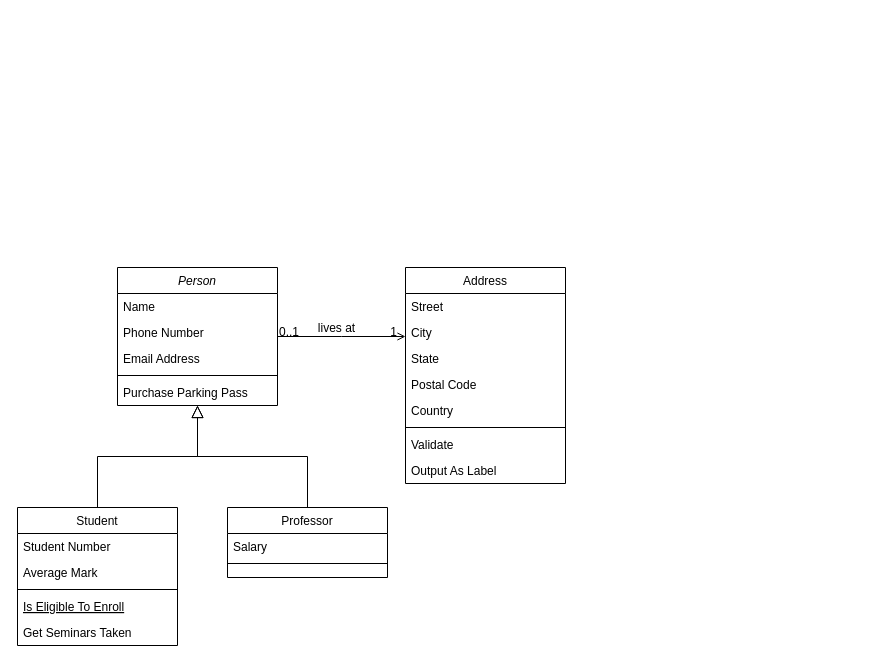
Above: Diagramme sans nom.drawio in 402rayan/creer_perso (draw.io), before the change. Source tidied: cells renumbered, new cells numbered last; positions are measured from the earlier drawing's top-left corner, leaving out a move shared by most shapes. Both pictures are drawn from the tidied source at 100%, with x=0, y=0 at pixel (17, 267).
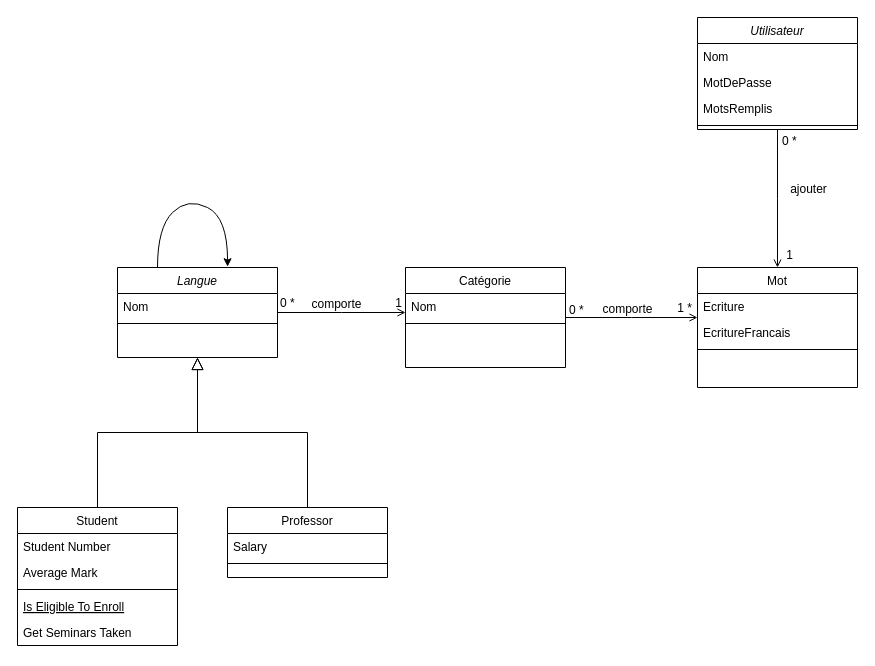
Above is the later version.

Commit message (it also covers changes not shown here):
Mettre à jour Diagramme sans nom.drawio

Unchanged cells that the change refers to:
```xml
<mxCell id="28" style="endArrow=open;shadow=0;strokeWidth=1;rounded=0;endFill=1;edgeStyle=elbowEdgeStyle;elbow=vertical;" parent="1" edge="1" source="2" target="19">
  <mxGeometry x="0.5" y="41" relative="1" as="geometry">
    <mxPoint x="-40" y="32" as="offset" />
  </mxGeometry>
</mxCell>
```

Change to the diagram source:
```diff
@@
-    <mxCell id="2" value="Person" style="swimlane;fontStyle=2;align=center;verticalAlign=top;horizontal=1;startSize=26;rounded=0;shadow=0;strokeWidth=1;" parent="1" vertex="1">
-      <mxGeometry x="100" width="160" height="138" as="geometry" />
+    <mxCell id="2" value="Langue" style="swimlane;fontStyle=2;align=center;verticalAlign=top;horizontal=1;startSize=26;rounded=0;shadow=0;strokeWidth=1;" parent="1" vertex="1">
+      <mxGeometry x="100" width="160" height="90" as="geometry" />
     </mxCell>
-    <mxCell id="3" value="Name" style="text;align=left;verticalAlign=top;spacingLeft=4;spacingRight=4;overflow=hidden;" parent="2" vertex="1">
+    <mxCell id="3" value="Nom" style="text;align=left;verticalAlign=top;spacingLeft=4;spacingRight=4;overflow=hidden;" parent="2" vertex="1">
       <mxGeometry y="26" width="160" height="26" as="geometry" />
     </mxCell>
-    <mxCell id="4" value="Phone Number" style="text;align=left;verticalAlign=top;spacingLeft=4;spacingRight=4;overflow=hidden;rounded=0;shadow=0;html=0;" parent="2" vertex="1">
-      <mxGeometry y="52" width="160" height="26" as="geometry" />
-    </mxCell>
-    <mxCell id="5" value="Email Address" style="text;align=left;verticalAlign=top;spacingLeft=4;spacingRight=4;overflow=hidden;rounded=0;shadow=0;html=0;" parent="2" vertex="1">
-      <mxGeometry y="78" width="160" height="26" as="geometry" />
-    </mxCell>
     <mxCell id="6" style="line;html=1;strokeWidth=1;align=left;verticalAlign=middle;spacingTop=-1;spacingLeft=3;spacingRight=3;labelPosition=right;" parent="2" vertex="1">
-      <mxGeometry y="104" width="160" height="8" as="geometry" />
+      <mxGeometry y="52" width="160" height="8" as="geometry" />
     </mxCell>
-    <mxCell id="7" value="Purchase Parking Pass" style="text;align=left;verticalAlign=top;spacingLeft=4;spacingRight=4;overflow=hidden;" parent="2" vertex="1">
-      <mxGeometry y="112" width="160" height="26" as="geometry" />
-    </mxCell>
@@
-    <mxCell id="19" value="Address" style="swimlane;fontStyle=0;align=center;verticalAlign=top;horizontal=1;startSize=26;rounded=0;shadow=0;strokeWidth=1;" parent="1" vertex="1">
-      <mxGeometry x="388" width="160" height="216" as="geometry" />
+    <mxCell id="19" value="Catégorie" style="swimlane;fontStyle=0;align=center;verticalAlign=top;horizontal=1;startSize=26;rounded=0;shadow=0;strokeWidth=1;" parent="1" vertex="1">
+      <mxGeometry x="388" width="160" height="100" as="geometry" />
     </mxCell>
-    <mxCell id="20" value="Street" style="text;align=left;verticalAlign=top;spacingLeft=4;spacingRight=4;overflow=hidden;" parent="19" vertex="1">
+    <mxCell id="20" value="Nom" style="text;align=left;verticalAlign=top;spacingLeft=4;spacingRight=4;overflow=hidden;" parent="19" vertex="1">
       <mxGeometry y="26" width="160" height="26" as="geometry" />
     </mxCell>
-    <mxCell id="21" value="City" style="text;align=left;verticalAlign=top;spacingLeft=4;spacingRight=4;overflow=hidden;rounded=0;shadow=0;html=0;" parent="19" vertex="1">
-      <mxGeometry y="52" width="160" height="26" as="geometry" />
-    </mxCell>
-    <mxCell id="22" value="State" style="text;align=left;verticalAlign=top;spacingLeft=4;spacingRight=4;overflow=hidden;rounded=0;shadow=0;html=0;" parent="19" vertex="1">
-      <mxGeometry y="78" width="160" height="26" as="geometry" />
-    </mxCell>
-    <mxCell id="23" value="Postal Code" style="text;align=left;verticalAlign=top;spacingLeft=4;spacingRight=4;overflow=hidden;rounded=0;shadow=0;html=0;" parent="19" vertex="1">
-      <mxGeometry y="104" width="160" height="26" as="geometry" />
-    </mxCell>
-    <mxCell id="24" value="Country" style="text;align=left;verticalAlign=top;spacingLeft=4;spacingRight=4;overflow=hidden;rounded=0;shadow=0;html=0;" parent="19" vertex="1">
-      <mxGeometry y="130" width="160" height="26" as="geometry" />
-    </mxCell>
     <mxCell id="25" style="line;html=1;strokeWidth=1;align=left;verticalAlign=middle;spacingTop=-1;spacingLeft=3;spacingRight=3;labelPosition=right;" parent="19" vertex="1">
-      <mxGeometry y="156" width="160" height="8" as="geometry" />
+      <mxGeometry y="52" width="160" height="8" as="geometry" />
     </mxCell>
-    <mxCell id="26" value="Validate" style="text;align=left;verticalAlign=top;spacingLeft=4;spacingRight=4;overflow=hidden;" parent="19" vertex="1">
-      <mxGeometry y="164" width="160" height="26" as="geometry" />
-    </mxCell>
-    <mxCell id="27" value="Output As Label" style="text;align=left;verticalAlign=top;spacingLeft=4;spacingRight=4;overflow=hidden;" parent="19" vertex="1">
-      <mxGeometry y="190" width="160" height="26" as="geometry" />
-    </mxCell>
@@
-    <mxCell id="29" value="0..1" style="align=left;verticalAlign=bottom;labelBackgroundColor=none;fontSize=12;" parent="28" vertex="1">
+    <mxCell id="29" value="0 *" style="align=left;verticalAlign=bottom;labelBackgroundColor=none;fontSize=12;" parent="28" vertex="1">
       <mxGeometry x="-1" relative="1" as="geometry">
-        <mxPoint y="4" as="offset" />
+        <mxPoint x="1" y="-1" as="offset" />
       </mxGeometry>
     </mxCell>
     <mxCell id="30" value="1" style="align=right;verticalAlign=bottom;labelBackgroundColor=none;fontSize=12;" parent="28" vertex="1">
       <mxGeometry x="1" relative="1" as="geometry">
-        <mxPoint x="-7" y="4" as="offset" />
+        <mxPoint x="-2" y="-1" as="offset" />
       </mxGeometry>
     </mxCell>
-    <mxCell id="31" value="lives at" style="text;html=1;align=center;verticalAlign=middle;labelBackgroundColor=none;rounded=0;shadow=0;strokeWidth=1;fontSize=12;" parent="28" vertex="1">
+    <mxCell id="31" value="comporte" style="text;html=1;align=center;verticalAlign=middle;labelBackgroundColor=none;rounded=0;shadow=0;strokeWidth=1;fontSize=12;" parent="28" vertex="1">
       <mxGeometry x="0.5" y="49" relative="1" as="geometry">
         <mxPoint x="-38" y="40" as="offset" />
       </mxGeometry>
     </mxCell>
+    <mxCell id="32" style="curved=1;endArrow=classic;html=1;rounded=0;exitX=0.25;exitY=0;exitDx=0;exitDy=0;entryX=0.688;entryY=-0.009;entryDx=0;entryDy=0;entryPerimeter=0;" parent="1" edge="1" source="2" target="2">
+      <mxGeometry relative="1" as="geometry">
+        <Array as="points">
+          <mxPoint x="140" y="-40" />
+          <mxPoint x="170" y="-70" />
+          <mxPoint x="210" y="-50" />
+        </Array>
+      </mxGeometry>
+    </mxCell>
+    <mxCell id="33" style="endArrow=open;shadow=0;strokeWidth=1;rounded=0;endFill=1;edgeStyle=elbowEdgeStyle;elbow=vertical;" parent="1" edge="1" source="19" target="37">
+      <mxGeometry x="0.5" y="41" relative="1" as="geometry">
+        <mxPoint x="-40" y="32" as="offset" />
+      </mxGeometry>
+    </mxCell>
+    <mxCell id="34" value="0 *" style="align=left;verticalAlign=bottom;labelBackgroundColor=none;fontSize=12;" parent="33" vertex="1">
+      <mxGeometry x="-1" relative="1" as="geometry">
+        <mxPoint x="2" y="1" as="offset" />
+      </mxGeometry>
+    </mxCell>
+    <mxCell id="35" value="1 *" style="align=right;verticalAlign=bottom;labelBackgroundColor=none;fontSize=12;" parent="33" vertex="1">
+      <mxGeometry x="1" relative="1" as="geometry">
+        <mxPoint x="-4" y="-1" as="offset" />
+      </mxGeometry>
+    </mxCell>
+    <mxCell id="36" value="comporte" style="text;html=1;align=center;verticalAlign=middle;labelBackgroundColor=none;rounded=0;shadow=0;strokeWidth=1;fontSize=12;" parent="33" vertex="1">
+      <mxGeometry x="0.5" y="49" relative="1" as="geometry">
+        <mxPoint x="-38" y="40" as="offset" />
+      </mxGeometry>
+    </mxCell>
+    <mxCell id="37" value="Mot" style="swimlane;fontStyle=0;align=center;verticalAlign=top;horizontal=1;startSize=26;rounded=0;shadow=0;strokeWidth=1;" parent="1" vertex="1">
+      <mxGeometry x="680" width="160" height="120" as="geometry" />
+    </mxCell>
+    <mxCell id="38" value="Ecriture" style="text;align=left;verticalAlign=top;spacingLeft=4;spacingRight=4;overflow=hidden;" parent="37" vertex="1">
+      <mxGeometry y="26" width="160" height="26" as="geometry" />
+    </mxCell>
+    <mxCell id="39" value="EcritureFrancais" style="text;align=left;verticalAlign=top;spacingLeft=4;spacingRight=4;overflow=hidden;rounded=0;shadow=0;html=0;" parent="37" vertex="1">
+      <mxGeometry y="52" width="160" height="26" as="geometry" />
+    </mxCell>
+    <mxCell id="40" style="line;html=1;strokeWidth=1;align=left;verticalAlign=middle;spacingTop=-1;spacingLeft=3;spacingRight=3;labelPosition=right;" parent="37" vertex="1">
+      <mxGeometry y="78" width="160" height="8" as="geometry" />
+    </mxCell>
+    <mxCell id="41" value="Utilisateur" style="swimlane;fontStyle=2;align=center;verticalAlign=top;horizontal=1;startSize=26;rounded=0;shadow=0;strokeWidth=1;" parent="1" vertex="1">
+      <mxGeometry x="680" y="-250" width="160" height="112" as="geometry" />
+    </mxCell>
+    <mxCell id="42" value="Nom" style="text;align=left;verticalAlign=top;spacingLeft=4;spacingRight=4;overflow=hidden;" parent="41" vertex="1">
+      <mxGeometry y="26" width="160" height="26" as="geometry" />
+    </mxCell>
+    <mxCell id="43" value="MotDePasse" style="text;align=left;verticalAlign=top;spacingLeft=4;spacingRight=4;overflow=hidden;" parent="41" vertex="1">
+      <mxGeometry y="52" width="160" height="26" as="geometry" />
+    </mxCell>
+    <mxCell id="44" value="MotsRemplis" style="text;align=left;verticalAlign=top;spacingLeft=4;spacingRight=4;overflow=hidden;" parent="41" vertex="1">
+      <mxGeometry y="78" width="160" height="26" as="geometry" />
+    </mxCell>
+    <mxCell id="45" style="line;html=1;strokeWidth=1;align=left;verticalAlign=middle;spacingTop=-1;spacingLeft=3;spacingRight=3;labelPosition=right;" parent="41" vertex="1">
+      <mxGeometry y="104" width="160" height="8" as="geometry" />
+    </mxCell>
+    <mxCell id="46" style="endArrow=open;shadow=0;strokeWidth=1;rounded=0;endFill=1;edgeStyle=elbowEdgeStyle;elbow=vertical;" parent="1" edge="1" source="41" target="37">
+      <mxGeometry x="0.5" y="41" relative="1" as="geometry">
+        <mxPoint x="-40" y="32" as="offset" />
+      </mxGeometry>
+    </mxCell>
+    <mxCell id="47" value="0 *" style="align=left;verticalAlign=bottom;labelBackgroundColor=none;fontSize=12;" parent="46" vertex="1">
+      <mxGeometry x="-1" relative="1" as="geometry">
+        <mxPoint x="3" y="20" as="offset" />
+      </mxGeometry>
+    </mxCell>
+    <mxCell id="48" value="1" style="align=right;verticalAlign=bottom;labelBackgroundColor=none;fontSize=12;" parent="46" vertex="1">
+      <mxGeometry x="1" relative="1" as="geometry">
+        <mxPoint x="17" y="-4" as="offset" />
+      </mxGeometry>
+    </mxCell>
+    <mxCell id="49" value="ajouter" style="text;html=1;align=center;verticalAlign=middle;labelBackgroundColor=none;rounded=0;shadow=0;strokeWidth=1;fontSize=12;" parent="46" vertex="1">
+      <mxGeometry x="0.5" y="49" relative="1" as="geometry">
+        <mxPoint x="-19" y="-45" as="offset" />
+      </mxGeometry>
+    </mxCell>
```
